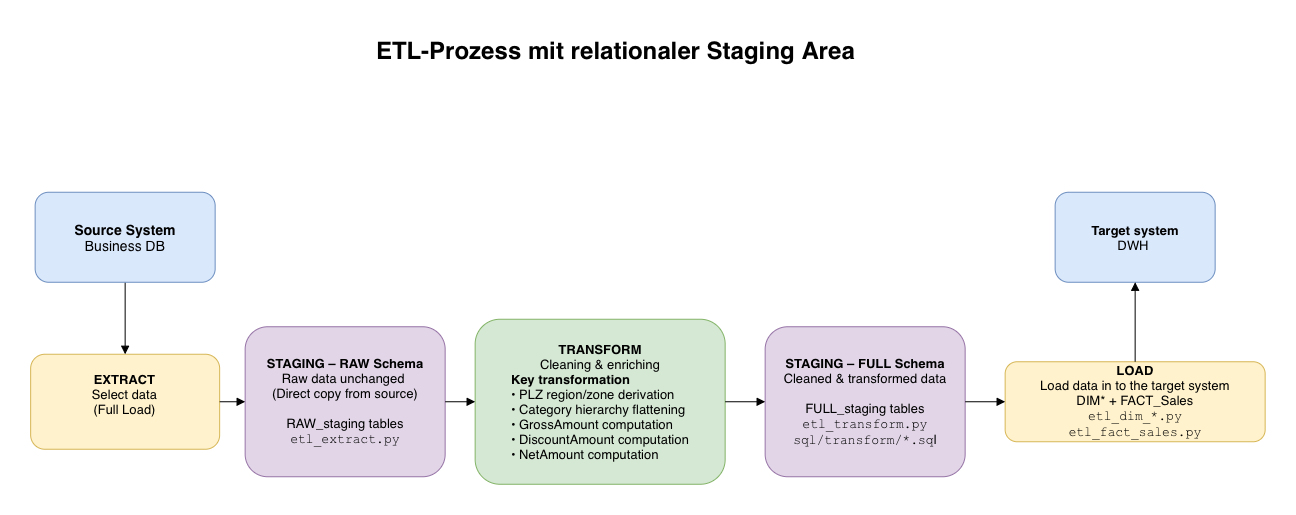
The draw.io diagram online_furniture_data_warehousing/docs/ETL_Pro_Staging_Area.png in pubali512/py_projects, before a commit. Source tidied: cells renumbered, new cells last; positions are measured from the earlier drawing's top-left corner, leaving out a move shared by most shapes. The source it was exported from:
```xml
<mxGraphModel>
  <root>
    <mxCell id="0" />
    <mxCell id="1" parent="0" />
    <mxCell id="2" value="ETL-Prozess mit relationaler Staging Area" style="text;html=1;align=center;verticalAlign=middle;fontSize=24;fontStyle=1;" parent="1" vertex="1">
      <mxGeometry x="124" width="920" height="40" as="geometry" />
    </mxCell>
    <mxCell id="3" value="&lt;b&gt;EXTRACT&lt;/b&gt;&lt;br&gt;Select data&lt;div&gt;(Full Load)&lt;div&gt;&lt;br&gt;&lt;/div&gt;&lt;/div&gt;" style="rounded=1;whiteSpace=wrap;html=1;fillColor=#fff2cc;strokeColor=#d6b656;fontSize=13;" parent="1" vertex="1">
      <mxGeometry x="-0.5" y="324" width="189" height="95" as="geometry" />
    </mxCell>
    <mxCell id="4" value="&lt;b&gt;STAGING – RAW Schema&lt;/b&gt;&lt;br&gt;Raw data unchanged&amp;nbsp;&lt;div&gt;(Direct copy from source)&lt;br&gt;&lt;br&gt;RAW_staging tables&lt;br&gt;&lt;div&gt;&lt;font face=&quot;Courier New&quot;&gt;etl_extract.py&lt;/font&gt;&lt;/div&gt;&lt;/div&gt;" style="rounded=1;whiteSpace=wrap;html=1;fillColor=#e1d5e7;strokeColor=#9673a6;fontSize=13;" parent="1" vertex="1">
      <mxGeometry x="214" y="296.5" width="200" height="150" as="geometry" />
    </mxCell>
    <mxCell id="5" value="&lt;b&gt;TRANSFORM&lt;/b&gt;&lt;br&gt;Cleaning &amp;amp; enriching&lt;div&gt;&lt;div style=&quot;text-align: left;&quot;&gt;&lt;b&gt;Key transformation&lt;/b&gt;&lt;/div&gt;&lt;div style=&quot;text-align: left;&quot;&gt;• PLZ region/zone derivation&lt;/div&gt;&lt;div style=&quot;text-align: left;&quot;&gt;• Category hierarchy flattening&lt;/div&gt;&lt;div style=&quot;text-align: left;&quot;&gt;• GrossAmount computation&lt;/div&gt;&lt;div style=&quot;text-align: left;&quot;&gt;• DiscountAmount computation&lt;/div&gt;&lt;div style=&quot;text-align: left;&quot;&gt;• NetAmount computation&lt;br&gt;&lt;/div&gt;&lt;/div&gt;" style="rounded=1;whiteSpace=wrap;html=1;fillColor=#d5e8d4;strokeColor=#82b366;fontSize=13;" parent="1" vertex="1">
      <mxGeometry x="444" y="289" width="250" height="165" as="geometry" />
    </mxCell>
    <mxCell id="6" value="&lt;b&gt;STAGING – FULL Schema&lt;/b&gt;&lt;br&gt;Cleaned &amp;amp; transformed data&lt;br&gt;&lt;br&gt;FULL_staging tables&lt;br&gt;&lt;div&gt;&lt;font face=&quot;Courier New&quot;&gt;etl_transform.py&lt;/font&gt;&lt;/div&gt;&lt;div&gt;&lt;font face=&quot;Courier New&quot;&gt;sql/transform/*.sq&lt;/font&gt;l&lt;/div&gt;" style="rounded=1;whiteSpace=wrap;html=1;fillColor=#e1d5e7;strokeColor=#9673a6;fontSize=13;" parent="1" vertex="1">
      <mxGeometry x="734" y="296.5" width="200" height="150" as="geometry" />
    </mxCell>
    <mxCell id="7" value="&lt;b&gt;LOAD&lt;/b&gt;&lt;br&gt;Load data in to the target system&lt;div&gt;DIM* + FACT_Sales&lt;/div&gt;&lt;div&gt;&lt;font face=&quot;Courier New&quot;&gt;etl_dim_*.py&lt;/font&gt;&lt;/div&gt;&lt;div&gt;&lt;font face=&quot;Courier New&quot;&gt;etl_fact_sales.py&lt;/font&gt;&lt;/div&gt;" style="rounded=1;whiteSpace=wrap;html=1;fillColor=#fff2cc;strokeColor=#d6b656;fontSize=13;" parent="1" vertex="1">
      <mxGeometry x="974" y="331.5" width="260" height="80" as="geometry" />
    </mxCell>
    <mxCell id="8" value="&lt;b&gt;Target system&lt;/b&gt;&lt;br&gt;DWH&amp;nbsp;" style="rounded=1;whiteSpace=wrap;html=1;fillColor=#dae8fc;strokeColor=#6c8ebf;fontSize=13;" parent="1" vertex="1">
      <mxGeometry x="1024" y="162" width="160" height="90" as="geometry" />
    </mxCell>
    <mxCell id="9" style="rounded=0;jettySize=auto;html=1;endArrow=block;endFill=1;exitX=0.5;exitY=1;exitDx=0;exitDy=0;" parent="1" edge="1" source="15" target="3">
      <mxGeometry relative="1" as="geometry" />
    </mxCell>
    <mxCell id="10" style="rounded=0;jettySize=auto;html=1;endArrow=block;endFill=1;" parent="1" edge="1" source="3" target="4">
      <mxGeometry relative="1" as="geometry" />
    </mxCell>
    <mxCell id="11" style="rounded=0;html=1;endArrow=block;endFill=1;" parent="1" edge="1" source="4" target="5">
      <mxGeometry relative="1" as="geometry" />
    </mxCell>
    <mxCell id="12" style="rounded=0;html=1;endArrow=block;endFill=1;" parent="1" edge="1" source="5" target="6">
      <mxGeometry relative="1" as="geometry" />
    </mxCell>
    <mxCell id="13" style="rounded=0;html=1;endArrow=block;endFill=1;exitX=1;exitY=0.5;exitDx=0;exitDy=0;entryX=0;entryY=0.5;entryDx=0;entryDy=0;" parent="1" edge="1" source="6" target="7">
      <mxGeometry relative="1" as="geometry" />
    </mxCell>
    <mxCell id="14" style="rounded=0;html=1;endArrow=block;endFill=1;entryX=0.5;entryY=1;entryDx=0;entryDy=0;exitX=0.5;exitY=0;exitDx=0;exitDy=0;" parent="1" edge="1" source="7" target="8">
      <mxGeometry relative="1" as="geometry" />
    </mxCell>
    <mxCell id="15" value="&lt;b&gt;Source System&lt;/b&gt;&lt;br&gt;Business DB" style="rounded=1;whiteSpace=wrap;html=1;fillColor=#dae8fc;strokeColor=#6c8ebf;fontSize=14;" parent="1" vertex="1">
      <mxGeometry x="4" y="162" width="180" height="90" as="geometry" />
    </mxCell>
  </root>
</mxGraphModel>
```
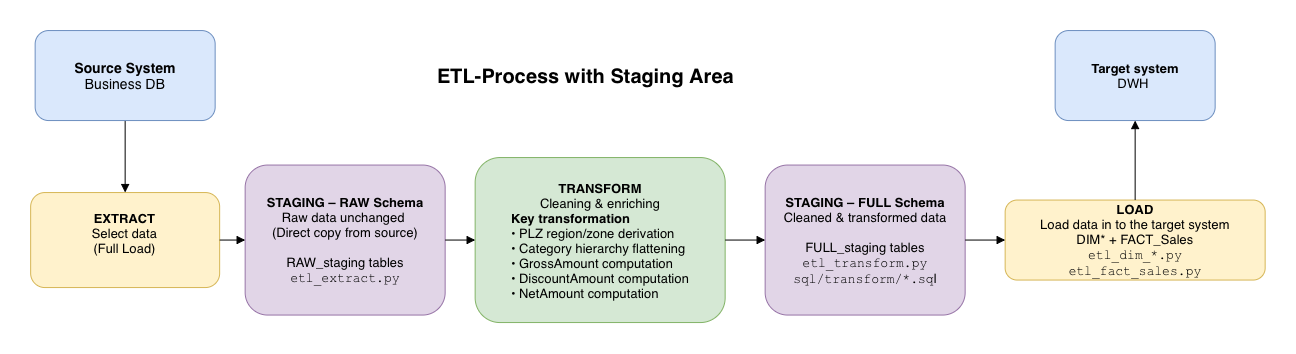
After the change.

Commit message:
Staging PNG are updated

The edit, as a diff of the source:
```diff
@@ -2,8 +2,8 @@
   <root>
     <mxCell id="0" />
     <mxCell id="1" parent="0" />
-    <mxCell id="2" value="ETL-Prozess mit relationaler Staging Area" style="text;html=1;align=center;verticalAlign=middle;fontSize=24;fontStyle=1;" parent="1" vertex="1">
-      <mxGeometry x="124" width="920" height="40" as="geometry" />
+    <mxCell id="2" value="&lt;font style=&quot;font-size: 20px;&quot;&gt;ETL-Process with Staging Area&lt;/font&gt;" style="text;html=1;align=center;verticalAlign=middle;fontSize=24;fontStyle=1;" parent="1" vertex="1">
+      <mxGeometry x="304" y="186" width="500" height="40" as="geometry" />
     </mxCell>
     <mxCell id="3" value="&lt;b&gt;EXTRACT&lt;/b&gt;&lt;br&gt;Select data&lt;div&gt;(Full Load)&lt;div&gt;&lt;br&gt;&lt;/div&gt;&lt;/div&gt;" style="rounded=1;whiteSpace=wrap;html=1;fillColor=#fff2cc;strokeColor=#d6b656;fontSize=13;" parent="1" vertex="1">
       <mxGeometry x="-0.5" y="324" width="189" height="95" as="geometry" />
```
